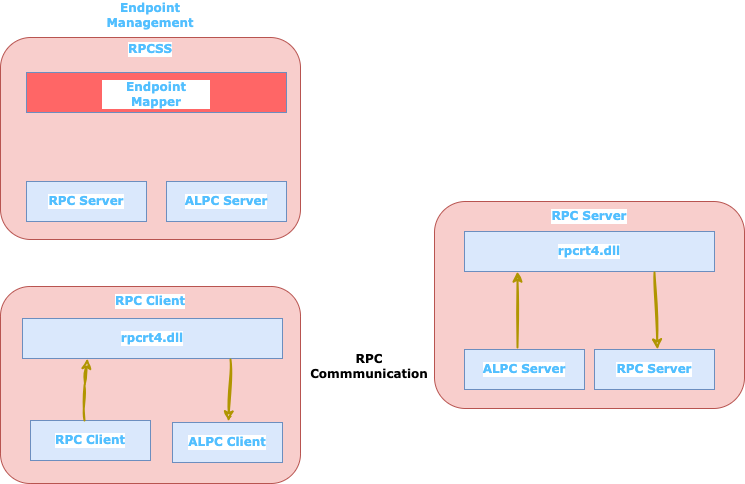
This is Architecture.drawio.png from raghavmishra/diagrams, a draw.io export, as it was before one commit. Source tidied: cells renumbered, new cells last; positions are measured from the earlier drawing's top-left corner, leaving out a move shared by most shapes.
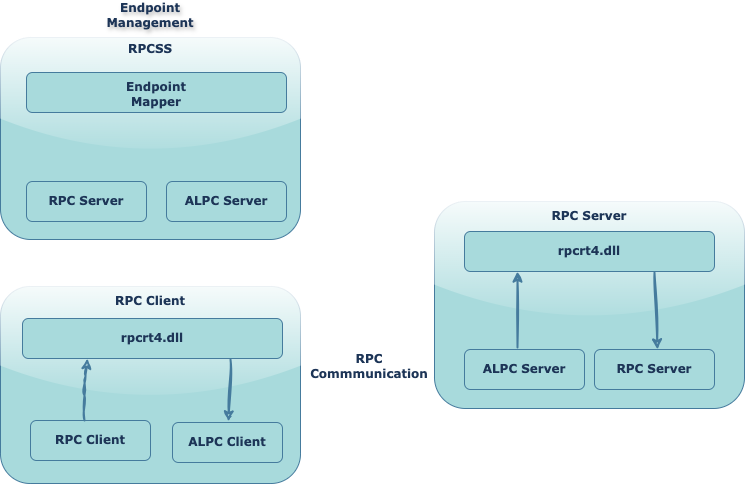
After the change.

The edit, as a diff of the source:
```diff
@@ -2,73 +2,73 @@
   <root>
     <mxCell id="0" />
     <mxCell id="1" parent="0" />
-    <mxCell id="2" style="rounded=1;whiteSpace=wrap;html=1;fillColor=#f8cecc;strokeColor=#b85450;fontFamily=Verdana;" parent="1" vertex="1">
+    <mxCell id="2" style="rounded=1;whiteSpace=wrap;html=1;fillColor=#A8DADC;strokeColor=#457B9D;fontFamily=Verdana;glass=1;shadow=0;labelBackgroundColor=none;fontColor=#1D3557;" parent="1" vertex="1">
       <mxGeometry x="434" y="201" width="310" height="207" as="geometry" />
     </mxCell>
-    <mxCell id="3" value="rpcrt4.dll" style="rounded=0;whiteSpace=wrap;html=1;fillColor=#dae8fc;strokeColor=#6c8ebf;fontFamily=Verdana;fontStyle=1;fontColor=#52BFFF;labelBackgroundColor=default;" parent="1" vertex="1">
+    <mxCell id="3" value="rpcrt4.dll" style="rounded=1;whiteSpace=wrap;html=1;fillColor=#A8DADC;strokeColor=#457B9D;fontFamily=Verdana;fontStyle=1;fontColor=#1D3557;labelBackgroundColor=none;" parent="1" vertex="1">
       <mxGeometry x="464" y="231" width="250" height="40" as="geometry" />
     </mxCell>
-    <mxCell id="4" value="ALPC Server" style="rounded=0;whiteSpace=wrap;html=1;fillColor=#dae8fc;strokeColor=#6c8ebf;fontFamily=Verdana;fontStyle=1;fontColor=#52BFFF;labelBackgroundColor=default;" parent="1" vertex="1">
+    <mxCell id="4" value="ALPC Server" style="rounded=1;whiteSpace=wrap;html=1;fillColor=#A8DADC;strokeColor=#457B9D;fontFamily=Verdana;fontStyle=1;fontColor=#1D3557;labelBackgroundColor=none;" parent="1" vertex="1">
       <mxGeometry x="464" y="349" width="120" height="40" as="geometry" />
     </mxCell>
-    <mxCell id="5" value="RPC Server" style="rounded=0;whiteSpace=wrap;html=1;fillColor=#dae8fc;strokeColor=#6c8ebf;fontFamily=Verdana;fontStyle=1;fontColor=#52BFFF;labelBackgroundColor=default;" parent="1" vertex="1">
+    <mxCell id="5" value="RPC Server" style="rounded=1;whiteSpace=wrap;html=1;fillColor=#A8DADC;strokeColor=#457B9D;fontFamily=Verdana;fontStyle=1;fontColor=#1D3557;labelBackgroundColor=none;" parent="1" vertex="1">
       <mxGeometry x="594" y="349" width="120" height="40" as="geometry" />
     </mxCell>
-    <mxCell id="6" style="rounded=1;whiteSpace=wrap;html=1;fillColor=#f8cecc;strokeColor=#b85450;" parent="1" vertex="1">
+    <mxCell id="6" style="rounded=1;whiteSpace=wrap;html=1;fillColor=#A8DADC;strokeColor=#457B9D;glass=1;labelBackgroundColor=none;fontColor=#1D3557;" parent="1" vertex="1">
       <mxGeometry y="286" width="300" height="197" as="geometry" />
     </mxCell>
-    <mxCell id="7" style="rounded=1;whiteSpace=wrap;html=1;fillColor=#f8cecc;strokeColor=#b85450;" parent="1" vertex="1">
+    <mxCell id="7" style="rounded=1;whiteSpace=wrap;html=1;fillColor=#A8DADC;strokeColor=#457B9D;glass=1;labelBackgroundColor=none;fontColor=#1D3557;" parent="1" vertex="1">
       <mxGeometry y="37" width="300" height="202" as="geometry" />
     </mxCell>
-    <mxCell id="8" value="rpcrt4.dll" style="rounded=0;whiteSpace=wrap;html=1;fillColor=#dae8fc;strokeColor=#6c8ebf;fontFamily=Verdana;fontStyle=1;fontColor=#52BFFF;labelBackgroundColor=default;" parent="1" vertex="1">
+    <mxCell id="8" value="rpcrt4.dll" style="rounded=1;whiteSpace=wrap;html=1;fillColor=#A8DADC;strokeColor=#457B9D;fontFamily=Verdana;fontStyle=1;fontColor=#1D3557;labelBackgroundColor=none;" parent="1" vertex="1">
       <mxGeometry x="22" y="318" width="260" height="40" as="geometry" />
     </mxCell>
-    <mxCell id="9" value="RPC Client" style="rounded=0;whiteSpace=wrap;html=1;fillColor=#dae8fc;strokeColor=#6c8ebf;fontFamily=Verdana;fontStyle=1;labelBackgroundColor=default;fontColor=#52BFFF;" parent="1" vertex="1">
+    <mxCell id="9" value="RPC Client" style="rounded=1;whiteSpace=wrap;html=1;fillColor=#A8DADC;strokeColor=#457B9D;fontFamily=Verdana;fontStyle=1;labelBackgroundColor=none;fontColor=#1D3557;" parent="1" vertex="1">
       <mxGeometry x="30" y="420" width="120" height="40" as="geometry" />
     </mxCell>
-    <mxCell id="10" value="ALPC Client" style="rounded=0;whiteSpace=wrap;html=1;fillColor=#dae8fc;strokeColor=#6c8ebf;labelBackgroundColor=default;fontFamily=Verdana;fontStyle=1;fontColor=#52BFFF;" parent="1" vertex="1">
+    <mxCell id="10" value="ALPC Client" style="rounded=1;whiteSpace=wrap;html=1;fillColor=#A8DADC;strokeColor=#457B9D;labelBackgroundColor=none;fontFamily=Verdana;fontStyle=1;fontColor=#1D3557;" parent="1" vertex="1">
       <mxGeometry x="172" y="422" width="110" height="40" as="geometry" />
     </mxCell>
-    <mxCell id="11" style="rounded=0;whiteSpace=wrap;html=1;fillColor=#FF6666;strokeColor=#6c8ebf;" parent="1" vertex="1">
+    <mxCell id="11" style="rounded=1;whiteSpace=wrap;html=1;fillColor=#A8DADC;strokeColor=#457B9D;labelBackgroundColor=none;fontColor=#1D3557;" parent="1" vertex="1">
       <mxGeometry x="26" y="72" width="260" height="40" as="geometry" />
     </mxCell>
-    <mxCell id="12" value="RPC Server" style="rounded=0;whiteSpace=wrap;html=1;fillColor=#dae8fc;strokeColor=#6c8ebf;fontFamily=Verdana;fontStyle=1;labelBackgroundColor=default;fontColor=#52BFFF;" parent="1" vertex="1">
+    <mxCell id="12" value="RPC Server" style="rounded=1;whiteSpace=wrap;html=1;fillColor=#A8DADC;strokeColor=#457B9D;fontFamily=Verdana;fontStyle=1;labelBackgroundColor=none;fontColor=#1D3557;" parent="1" vertex="1">
       <mxGeometry x="26" y="181" width="120" height="40" as="geometry" />
     </mxCell>
-    <mxCell id="13" value="ALPC Server" style="rounded=0;whiteSpace=wrap;html=1;fillColor=#dae8fc;strokeColor=#6c8ebf;fontFamily=Verdana;fontStyle=1;labelBackgroundColor=default;fontColor=#52BFFF;" parent="1" vertex="1">
+    <mxCell id="13" value="ALPC Server" style="rounded=1;whiteSpace=wrap;html=1;fillColor=#A8DADC;strokeColor=#457B9D;fontFamily=Verdana;fontStyle=1;labelBackgroundColor=none;fontColor=#1D3557;" parent="1" vertex="1">
       <mxGeometry x="166" y="181" width="120" height="40" as="geometry" />
     </mxCell>
-    <mxCell id="14" value="RPCSS" style="text;html=1;strokeColor=none;fillColor=none;align=center;verticalAlign=middle;whiteSpace=wrap;rounded=0;fontFamily=Verdana;fontStyle=1;fontColor=#52BFFF;labelBackgroundColor=default;" parent="1" vertex="1">
+    <mxCell id="14" value="RPCSS" style="text;html=1;strokeColor=none;fillColor=none;align=center;verticalAlign=middle;whiteSpace=wrap;rounded=1;fontFamily=Verdana;fontStyle=1;fontColor=#1D3557;labelBackgroundColor=none;" parent="1" vertex="1">
       <mxGeometry x="120" y="34" width="60" height="30" as="geometry" />
     </mxCell>
-    <mxCell id="15" value="RPC Client" style="text;html=1;strokeColor=none;fillColor=none;align=center;verticalAlign=middle;whiteSpace=wrap;rounded=0;fontFamily=Verdana;fontStyle=1;fontColor=#52BFFF;labelBackgroundColor=default;" parent="1" vertex="1">
+    <mxCell id="15" value="RPC Client" style="text;html=1;strokeColor=none;fillColor=none;align=center;verticalAlign=middle;whiteSpace=wrap;rounded=1;fontFamily=Verdana;fontStyle=1;fontColor=#1D3557;labelBackgroundColor=none;" parent="1" vertex="1">
       <mxGeometry x="112" y="286" width="76" height="30" as="geometry" />
     </mxCell>
-    <mxCell id="16" value="Endpoint Mapper" style="text;html=1;strokeColor=none;fillColor=none;align=center;verticalAlign=middle;whiteSpace=wrap;rounded=0;fontFamily=Verdana;fontStyle=1;labelBackgroundColor=default;fontColor=#52BFFF;" parent="1" vertex="1">
+    <mxCell id="16" value="Endpoint Mapper" style="text;html=1;strokeColor=none;fillColor=none;align=center;verticalAlign=middle;whiteSpace=wrap;rounded=1;fontFamily=Verdana;fontStyle=1;labelBackgroundColor=none;fontColor=#1D3557;" parent="1" vertex="1">
       <mxGeometry x="101" y="79" width="110" height="30" as="geometry" />
     </mxCell>
-    <mxCell id="17" value="RPC Server" style="text;html=1;strokeColor=none;fillColor=none;align=center;verticalAlign=middle;whiteSpace=wrap;rounded=0;fontFamily=Verdana;fontStyle=1;labelBackgroundColor=default;fontColor=#52BFFF;" parent="1" vertex="1">
+    <mxCell id="17" value="RPC Server" style="text;html=1;strokeColor=none;fillColor=none;align=center;verticalAlign=middle;whiteSpace=wrap;rounded=1;fontFamily=Verdana;fontStyle=1;labelBackgroundColor=none;fontColor=#1D3557;" parent="1" vertex="1">
       <mxGeometry x="546" y="201" width="86" height="30" as="geometry" />
     </mxCell>
-    <mxCell id="18" value="RPC Commmunication" style="text;html=1;strokeColor=none;fillColor=none;align=center;verticalAlign=middle;whiteSpace=wrap;rounded=0;fontFamily=Verdana;fontStyle=1;" parent="1" vertex="1">
+    <mxCell id="18" value="RPC Commmunication" style="text;html=1;strokeColor=none;fillColor=none;align=center;verticalAlign=middle;whiteSpace=wrap;rounded=1;fontFamily=Verdana;fontStyle=1;labelBackgroundColor=none;fontColor=#1D3557;" parent="1" vertex="1">
       <mxGeometry x="319" y="351" width="100" height="30" as="geometry" />
     </mxCell>
-    <mxCell id="19" value="Endpoint Management" style="text;html=1;strokeColor=none;fillColor=none;align=center;verticalAlign=middle;whiteSpace=wrap;rounded=0;fontFamily=Verdana;fontStyle=1;labelBackgroundColor=default;fontColor=#52BFFF;" parent="1" vertex="1">
+    <mxCell id="19" value="Endpoint Management" style="text;html=1;strokeColor=none;fillColor=none;align=center;verticalAlign=middle;whiteSpace=wrap;rounded=1;fontFamily=Verdana;fontStyle=1;labelBackgroundColor=none;fontColor=#1D3557;labelBorderColor=none;textShadow=1;" parent="1" vertex="1">
       <mxGeometry x="120" width="60" height="30" as="geometry" />
     </mxCell>
-    <mxCell id="20" style="endArrow=classic;html=1;rounded=0;sketch=1;hachureGap=4;jiggle=2;curveFitting=1;fontFamily=Architects Daughter;fontSource=https%3A%2F%2Ffonts.googleapis.com%2Fcss%3Ffamily%3DArchitects%2BDaughter;fillColor=#e3c800;strokeColor=#B09500;strokeWidth=2;" parent="1" edge="1">
+    <mxCell id="20" style="endArrow=classic;html=1;rounded=1;sketch=1;hachureGap=4;jiggle=2;curveFitting=1;fontFamily=Architects Daughter;fontSource=https%3A%2F%2Ffonts.googleapis.com%2Fcss%3Ffamily%3DArchitects%2BDaughter;fillColor=#A8DADC;strokeColor=#457B9D;strokeWidth=2;labelBackgroundColor=none;fontColor=default;" parent="1" edge="1">
       <mxGeometry relative="1" as="geometry">
         <mxPoint x="654" y="272" as="sourcePoint" />
         <mxPoint x="657" y="349" as="targetPoint" />
       </mxGeometry>
     </mxCell>
-    <mxCell id="21" style="endArrow=classic;html=1;rounded=0;sketch=1;hachureGap=4;jiggle=2;curveFitting=1;fontFamily=Architects Daughter;fontSource=https%3A%2F%2Ffonts.googleapis.com%2Fcss%3Ffamily%3DArchitects%2BDaughter;fillColor=#e3c800;strokeColor=#B09500;strokeWidth=2;" parent="1" edge="1">
+    <mxCell id="21" style="endArrow=classic;html=1;rounded=1;sketch=1;hachureGap=4;jiggle=2;curveFitting=1;fontFamily=Architects Daughter;fontSource=https%3A%2F%2Ffonts.googleapis.com%2Fcss%3Ffamily%3DArchitects%2BDaughter;fillColor=#A8DADC;strokeColor=#457B9D;strokeWidth=2;labelBackgroundColor=none;fontColor=default;" parent="1" edge="1">
       <mxGeometry relative="1" as="geometry">
         <mxPoint x="517" y="347" as="sourcePoint" />
         <mxPoint x="517" y="271" as="targetPoint" />
       </mxGeometry>
     </mxCell>
-    <mxCell id="22" style="endArrow=classic;html=1;rounded=0;sketch=1;hachureGap=4;jiggle=2;curveFitting=1;fontFamily=Architects Daughter;fontSource=https%3A%2F%2Ffonts.googleapis.com%2Fcss%3Ffamily%3DArchitects%2BDaughter;entryX=0.25;entryY=1;entryDx=0;entryDy=0;fillColor=#e3c800;strokeColor=#B09500;strokeWidth=2;" parent="1" edge="1" target="8">
+    <mxCell id="22" style="endArrow=classic;html=1;rounded=1;sketch=1;hachureGap=4;jiggle=2;curveFitting=1;fontFamily=Architects Daughter;fontSource=https%3A%2F%2Ffonts.googleapis.com%2Fcss%3Ffamily%3DArchitects%2BDaughter;entryX=0.25;entryY=1;entryDx=0;entryDy=0;fillColor=#A8DADC;strokeColor=#457B9D;strokeWidth=2;labelBackgroundColor=none;fontColor=default;" parent="1" edge="1" target="8">
       <mxGeometry relative="1" as="geometry">
         <mxPoint x="84" y="420" as="sourcePoint" />
         <Array as="points">
@@ -76,7 +76,7 @@
         </Array>
       </mxGeometry>
     </mxCell>
-    <mxCell id="23" style="endArrow=classic;html=1;rounded=0;sketch=1;hachureGap=4;jiggle=2;curveFitting=1;fontFamily=Architects Daughter;fontSource=https%3A%2F%2Ffonts.googleapis.com%2Fcss%3Ffamily%3DArchitects%2BDaughter;fillColor=#e3c800;strokeColor=#B09500;strokeWidth=2;" parent="1" edge="1">
+    <mxCell id="23" style="endArrow=classic;html=1;rounded=1;sketch=1;hachureGap=4;jiggle=2;curveFitting=1;fontFamily=Architects Daughter;fontSource=https%3A%2F%2Ffonts.googleapis.com%2Fcss%3Ffamily%3DArchitects%2BDaughter;fillColor=#A8DADC;strokeColor=#457B9D;strokeWidth=2;labelBackgroundColor=none;fontColor=default;" parent="1" edge="1">
       <mxGeometry relative="1" as="geometry">
         <mxPoint x="230" y="359" as="sourcePoint" />
         <mxPoint x="228" y="421" as="targetPoint" />
```
